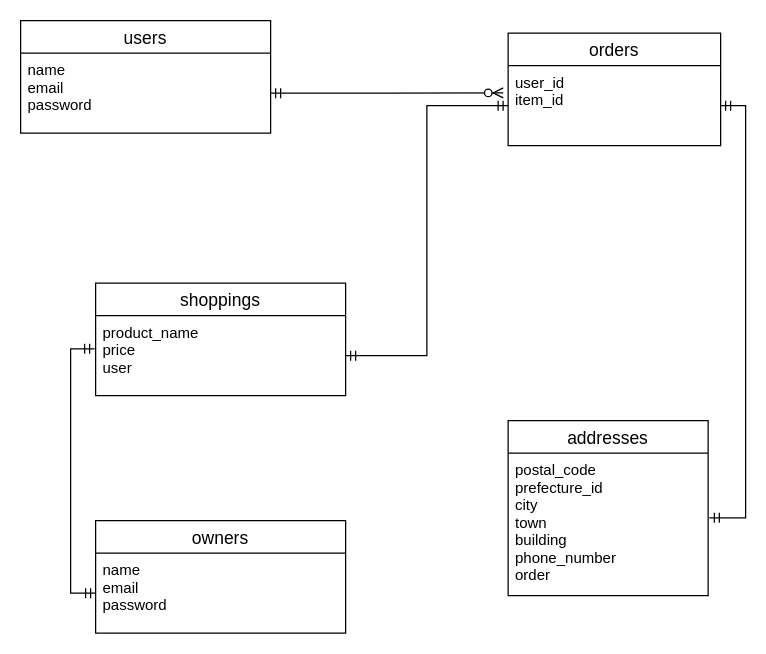
kodairafumikazu/tomori_app keeps this draw.io diagram as test.dio. Above is the earlier version. Source tidied: cells renumbered, new cells numbered last; positions are measured from the earlier drawing's top-left corner, leaving out a move shared by most shapes. Both pictures are drawn from the tidied source at 125%, with x=0, y=0 at pixel (20, 20).
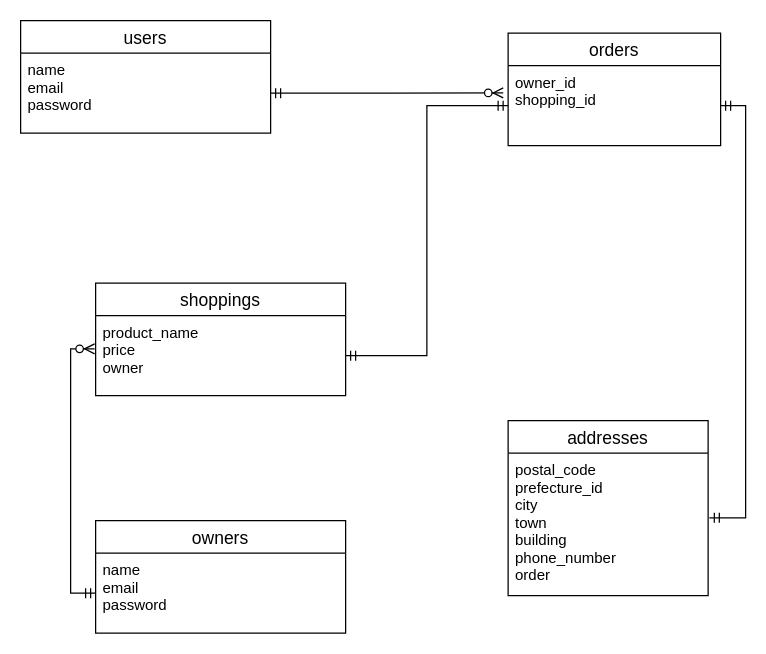
The same page after the edit.

What changed in the source:
```diff
@@
 <mxGraphModel>
   <root>
     <mxCell id="0" />
     <mxCell id="1" parent="0" />
     <mxCell id="2" value="users" style="swimlane;fontStyle=0;horizontal=1;startSize=26;align=center;fontSize=14;" parent="1" vertex="1">
       <mxGeometry width="200" height="90" as="geometry" />
     </mxCell>
     <mxCell id="3" value="name&#10;email&#10;password&#10;" style="text;strokeColor=none;fillColor=none;spacingLeft=4;spacingRight=4;overflow=hidden;points=[[0,0.5],[1,0.5]];portConstraint=eastwest;fontSize=12;" parent="2" vertex="1">
       <mxGeometry y="26" width="200" height="64" as="geometry" />
     </mxCell>
     <mxCell id="4" value="orders" style="swimlane;fontStyle=0;horizontal=1;startSize=26;align=center;fontSize=14;" parent="1" vertex="1">
       <mxGeometry x="390" y="10" width="170" height="90" as="geometry" />
     </mxCell>
-    <mxCell id="5" value="user_id&#10;item_id&#10;" style="text;strokeColor=none;fillColor=none;spacingLeft=4;spacingRight=4;overflow=hidden;points=[[0,0.5],[1,0.5]];portConstraint=eastwest;fontSize=12;" parent="4" vertex="1">
+    <mxCell id="5" value="owner_id&#10;shopping_id&#10;" style="text;strokeColor=none;fillColor=none;spacingLeft=4;spacingRight=4;overflow=hidden;points=[[0,0.5],[1,0.5]];portConstraint=eastwest;fontSize=12;" parent="4" vertex="1">
       <mxGeometry y="26" width="170" height="64" as="geometry" />
     </mxCell>
     <mxCell id="6" value="addresses" style="swimlane;fontStyle=0;horizontal=1;startSize=26;align=center;fontSize=14;" parent="1" vertex="1">
       <mxGeometry x="390" y="320" width="160" height="140" as="geometry" />
     </mxCell>
     <mxCell id="7" value="postal_code&#10;prefecture_id&#10;city&#10;town&#10;building&#10;phone_number&#10;order" style="text;strokeColor=none;fillColor=none;spacingLeft=4;spacingRight=4;overflow=hidden;points=[[0,0.5],[1,0.5]];portConstraint=eastwest;fontSize=12;" parent="6" vertex="1">
       <mxGeometry y="26" width="160" height="114" as="geometry" />
     </mxCell>
     <mxCell id="8" style="edgeStyle=orthogonalEdgeStyle;rounded=0;jettySize=auto;html=1;exitX=1;exitY=0.5;exitDx=0;exitDy=0;entryX=1.006;entryY=0.454;entryDx=0;entryDy=0;entryPerimeter=0;startArrow=ERmandOne;startFill=0;endArrow=ERmandOne;endFill=0;" parent="1" edge="1" source="5" target="7">
       <mxGeometry relative="1" as="geometry" />
     </mxCell>
     <mxCell id="9" style="edgeStyle=orthogonalEdgeStyle;rounded=0;jettySize=auto;html=1;exitX=1;exitY=0.5;exitDx=0;exitDy=0;entryX=-0.023;entryY=0.341;entryDx=0;entryDy=0;entryPerimeter=0;startArrow=ERmandOne;startFill=0;endArrow=ERzeroToMany;endFill=1;" parent="1" edge="1" source="3" target="5">
       <mxGeometry relative="1" as="geometry" />
     </mxCell>
     <mxCell id="10" value="shoppings" style="swimlane;fontStyle=0;horizontal=1;startSize=26;align=center;fontSize=14;" parent="1" vertex="1">
       <mxGeometry x="60" y="210" width="200" height="90" as="geometry" />
     </mxCell>
-    <mxCell id="11" value="product_name&#10;price&#10;user" style="text;strokeColor=none;fillColor=none;spacingLeft=4;spacingRight=4;overflow=hidden;points=[[0,0.5],[1,0.5]];portConstraint=eastwest;fontSize=12;" parent="10" vertex="1">
+    <mxCell id="11" value="product_name&#10;price&#10;owner" style="text;strokeColor=none;fillColor=none;spacingLeft=4;spacingRight=4;overflow=hidden;points=[[0,0.5],[1,0.5]];portConstraint=eastwest;fontSize=12;" parent="10" vertex="1">
       <mxGeometry y="26" width="200" height="64" as="geometry" />
     </mxCell>
     <mxCell id="12" style="edgeStyle=orthogonalEdgeStyle;rounded=0;jettySize=auto;html=1;exitX=1;exitY=0.5;exitDx=0;exitDy=0;startArrow=ERmandOne;startFill=0;endArrow=ERmandOne;endFill=0;entryX=0;entryY=0.5;entryDx=0;entryDy=0;" parent="1" edge="1" source="11" target="5">
       <mxGeometry relative="1" as="geometry" />
     </mxCell>
     <mxCell id="13" value="owners" style="swimlane;fontStyle=0;horizontal=1;startSize=26;align=center;fontSize=14;" parent="1" vertex="1">
       <mxGeometry x="60" y="400" width="200" height="90" as="geometry" />
     </mxCell>
     <mxCell id="14" value="name&#10;email&#10;password" style="text;strokeColor=none;fillColor=none;spacingLeft=4;spacingRight=4;overflow=hidden;points=[[0,0.5],[1,0.5]];portConstraint=eastwest;fontSize=12;" parent="13" vertex="1">
       <mxGeometry y="26" width="200" height="64" as="geometry" />
     </mxCell>
-    <mxCell id="15" style="edgeStyle=orthogonalEdgeStyle;rounded=0;jettySize=auto;html=1;exitX=0;exitY=0.5;exitDx=0;exitDy=0;entryX=-0.004;entryY=0.415;entryDx=0;entryDy=0;entryPerimeter=0;startArrow=ERmandOne;startFill=0;endArrow=ERmandOne;endFill=0;" parent="1" edge="1" source="14" target="11">
+    <mxCell id="15" style="edgeStyle=orthogonalEdgeStyle;rounded=0;jettySize=auto;html=1;exitX=0;exitY=0.5;exitDx=0;exitDy=0;entryX=-0.004;entryY=0.415;entryDx=0;entryDy=0;entryPerimeter=0;startArrow=ERmandOne;startFill=0;endArrow=ERzeroToMany;endFill=1;" parent="1" edge="1" source="14" target="11">
       <mxGeometry relative="1" as="geometry" />
     </mxCell>
   </root>
 </mxGraphModel>
```
